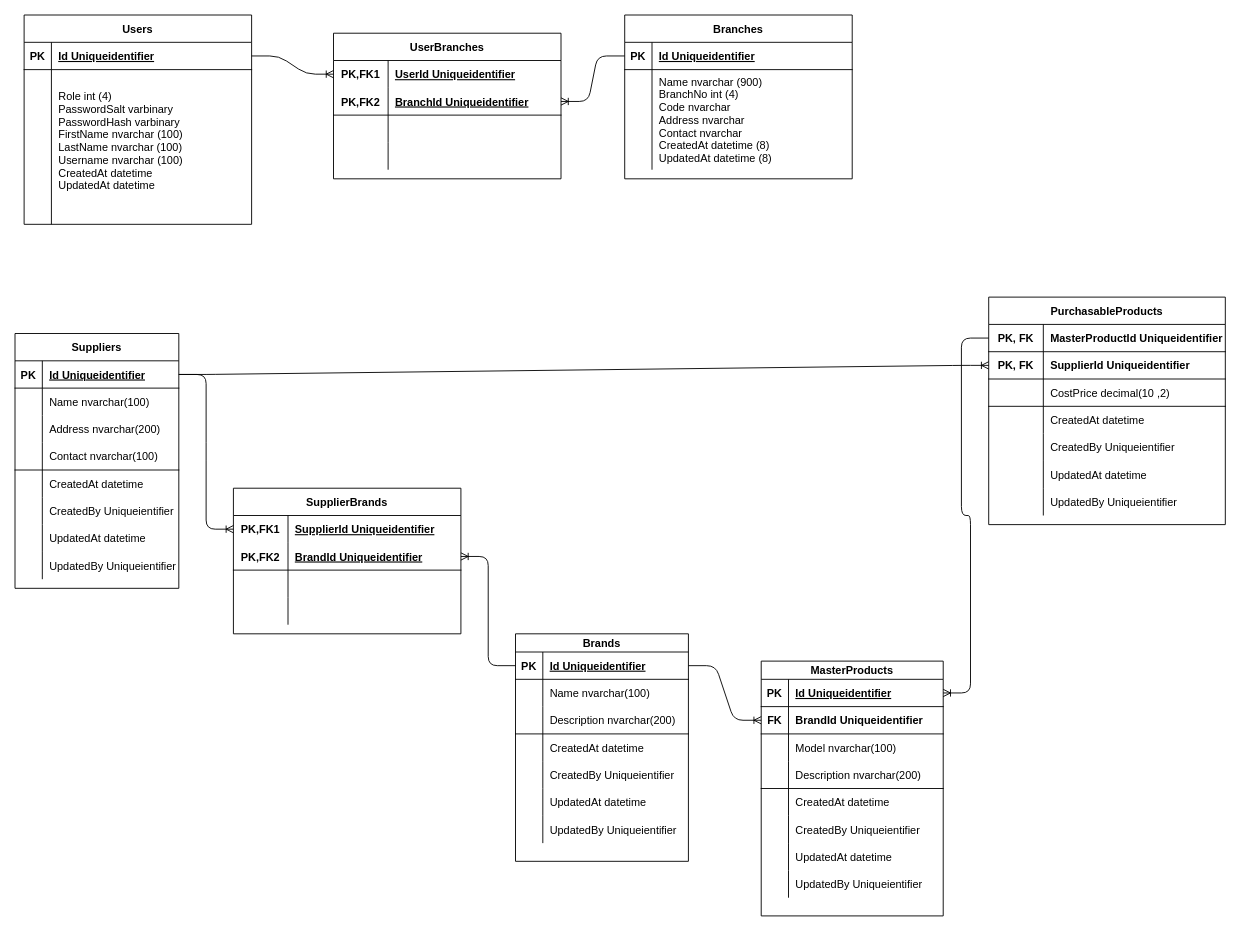
Earlier version of the draw.io diagram diagrams/Database Diagram.drawio (inyormanjr/CA.ERP). Source tidied: cells renumbered, new cells numbered last; positions are measured from the earlier drawing's top-left corner, leaving out a move shared by most shapes. Both pictures are drawn from the tidied source at 91%, with x=0, y=0 at pixel (15, 15).
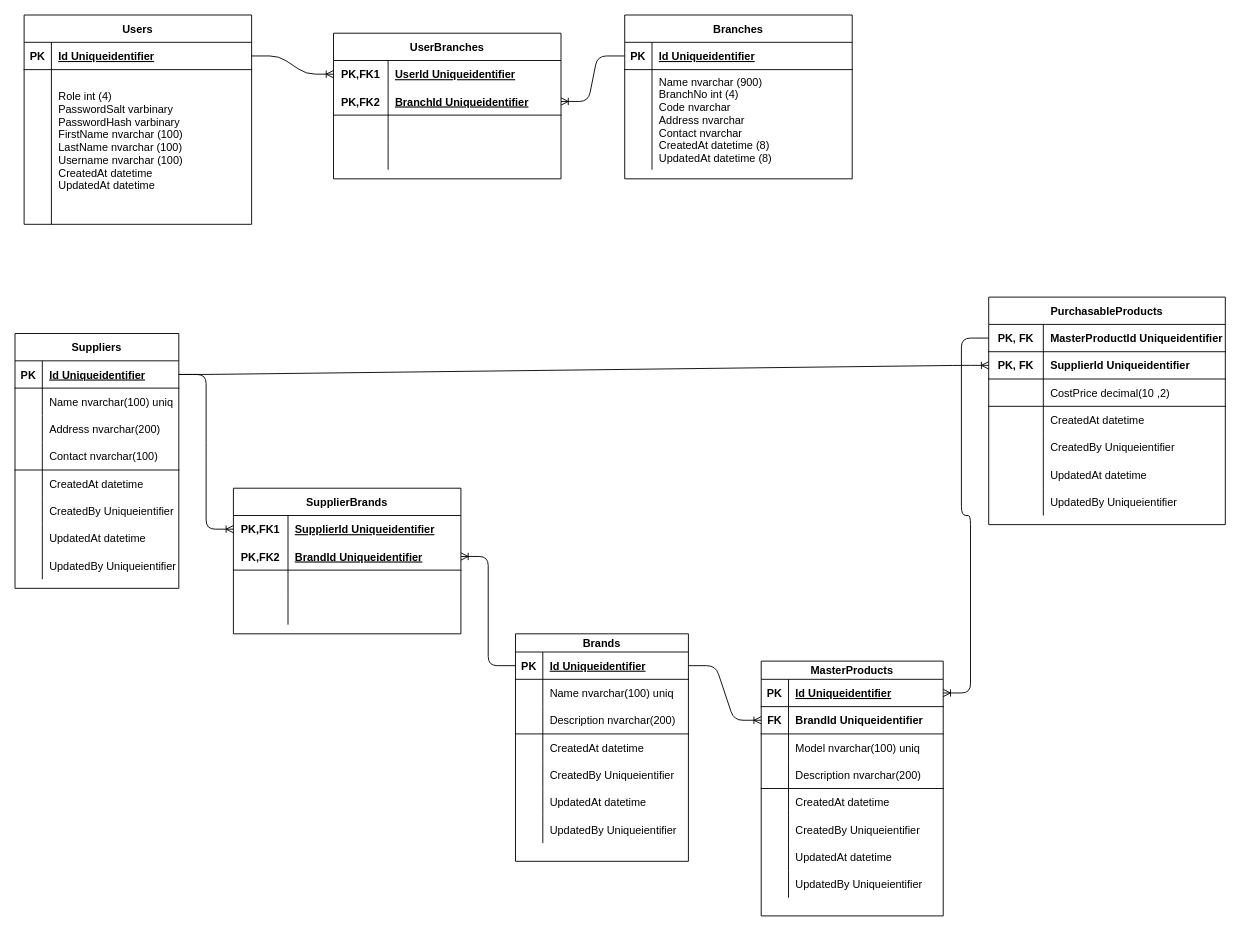
After the change.

The change refers to these unchanged cells:
```xml
<mxCell id="35" style="shape=partialRectangle;fillColor=none;top=0;left=0;bottom=0;right=0;" parent="31" vertex="1">
  <mxGeometry y="60" width="180" height="30" as="geometry" />
</mxCell>
<mxCell id="60" style="shape=partialRectangle;fillColor=none;top=0;left=0;bottom=0;right=0;" parent="56" vertex="1">
  <mxGeometry y="50" width="190" height="30" as="geometry" />
</mxCell>
<mxCell id="123" style="shape=partialRectangle;fillColor=none;top=0;left=0;bottom=0;right=0;" parent="116" vertex="1">
  <mxGeometry y="80" width="200" height="30" as="geometry" />
</mxCell>
```

Change to the diagram source:
```diff
@@
-    <mxCell id="37" value="Name nvarchar(100)" style="shape=partialRectangle;fillColor=none;top=0;left=0;bottom=0;right=0;align=left;spacingLeft=6;overflow=hidden;" parent="35" vertex="1">
+    <mxCell id="37" value="Name nvarchar(100) uniq" style="shape=partialRectangle;fillColor=none;top=0;left=0;bottom=0;right=0;align=left;spacingLeft=6;overflow=hidden;fontStyle=0;" parent="35" vertex="1">
       <mxGeometry x="30" width="150" height="30" as="geometry" />
     </mxCell>
@@
-    <mxCell id="62" value="Name nvarchar(100)" style="shape=partialRectangle;fillColor=none;top=0;left=0;bottom=0;right=0;align=left;spacingLeft=6;overflow=hidden;" parent="60" vertex="1">
+    <mxCell id="62" value="Name nvarchar(100) uniq" style="shape=partialRectangle;fillColor=none;top=0;left=0;bottom=0;right=0;align=left;spacingLeft=6;overflow=hidden;" parent="60" vertex="1">
       <mxGeometry x="30" width="160" height="30" as="geometry" />
     </mxCell>
@@
-    <mxCell id="125" value="Model nvarchar(100)" style="shape=partialRectangle;fillColor=none;top=0;left=0;bottom=0;right=0;align=left;spacingLeft=6;overflow=hidden;" parent="123" vertex="1">
+    <mxCell id="125" value="Model nvarchar(100) uniq" style="shape=partialRectangle;fillColor=none;top=0;left=0;bottom=0;right=0;align=left;spacingLeft=6;overflow=hidden;" parent="123" vertex="1">
       <mxGeometry x="30" width="170" height="30" as="geometry" />
     </mxCell>
```
